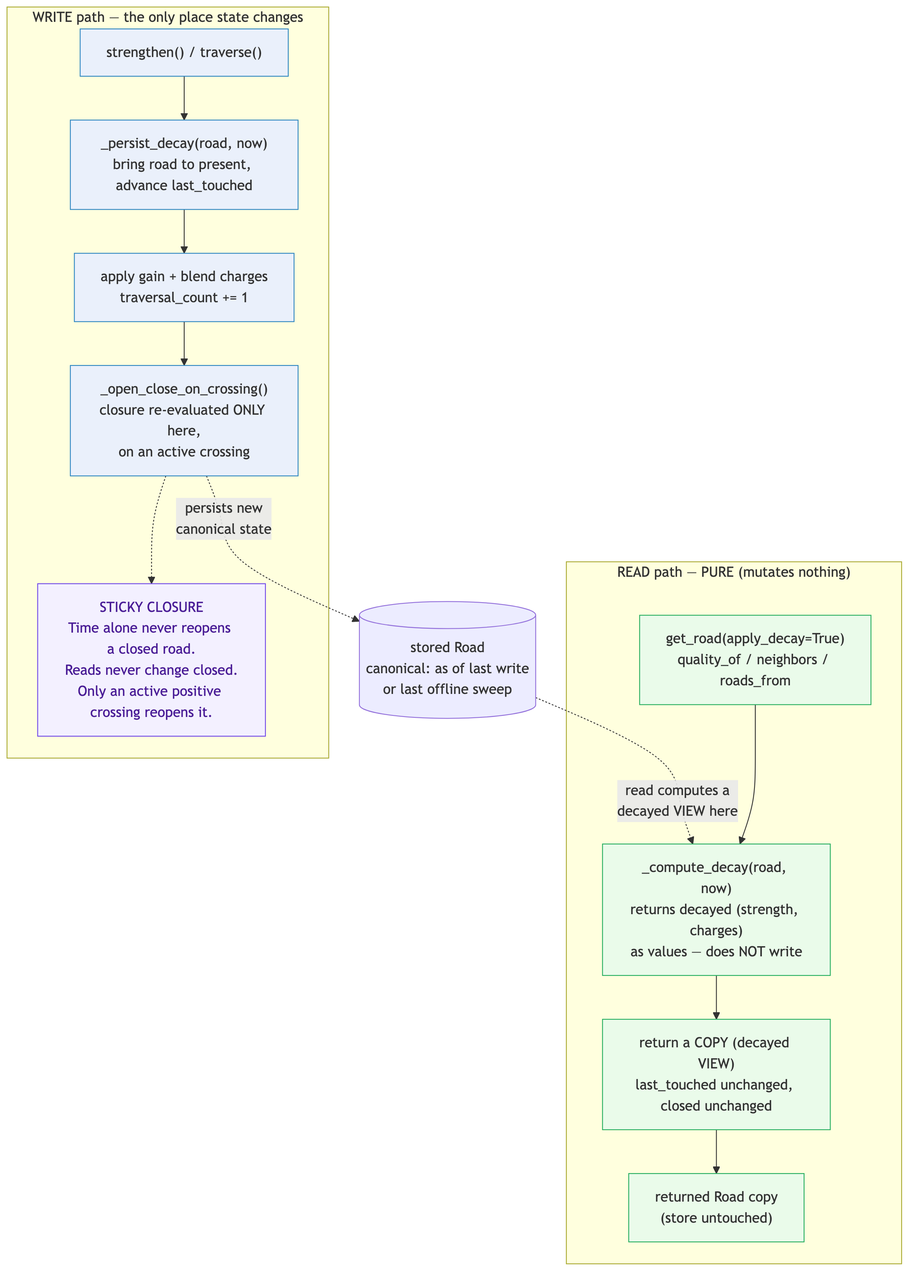
The Mermaid diagram docs/report/figures/substrate_read_write.png in cagancaliskan/psyche, before a commit. Its source is kept beside it as docs/diagrams/substrate_read_write.mmd.
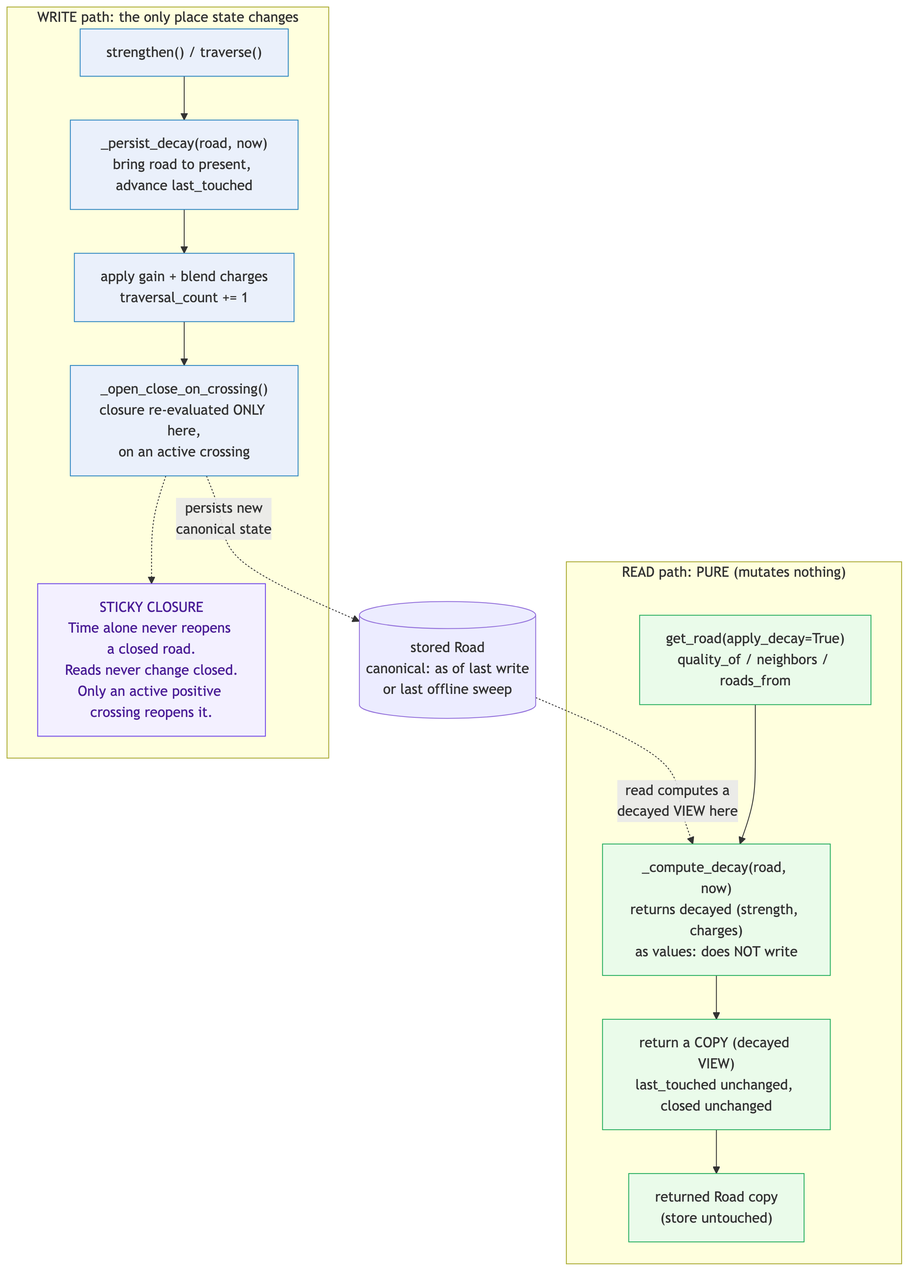
After the change.

What changed in the source:
```diff
@@ -1,16 +1,16 @@
 flowchart TD
     store[("stored Road<br/>canonical: as of last write<br/>or last offline sweep")]
 
-    subgraph READ["READ path — PURE (mutates nothing)"]
+    subgraph READ["READ path: PURE (mutates nothing)"]
         direction TB
         r_in["get_road(apply_decay=True)<br/>quality_of / neighbors / roads_from"]
-        r_dec["_compute_decay(road, now)<br/>returns decayed (strength, charges)<br/>as values — does NOT write"]
+        r_dec["_compute_decay(road, now)<br/>returns decayed (strength, charges)<br/>as values: does NOT write"]
         r_copy["return a COPY (decayed VIEW)<br/>last_touched unchanged, closed unchanged"]
         OUT["returned Road copy<br/>(store untouched)"]
         r_in --> r_dec --> r_copy --> OUT
     end
 
-    subgraph WRITE["WRITE path — the only place state changes"]
+    subgraph WRITE["WRITE path: the only place state changes"]
         direction TB
         w_in["strengthen() / traverse()"]
         w_persist["_persist_decay(road, now)<br/>bring road to present, advance last_touched"]
```
